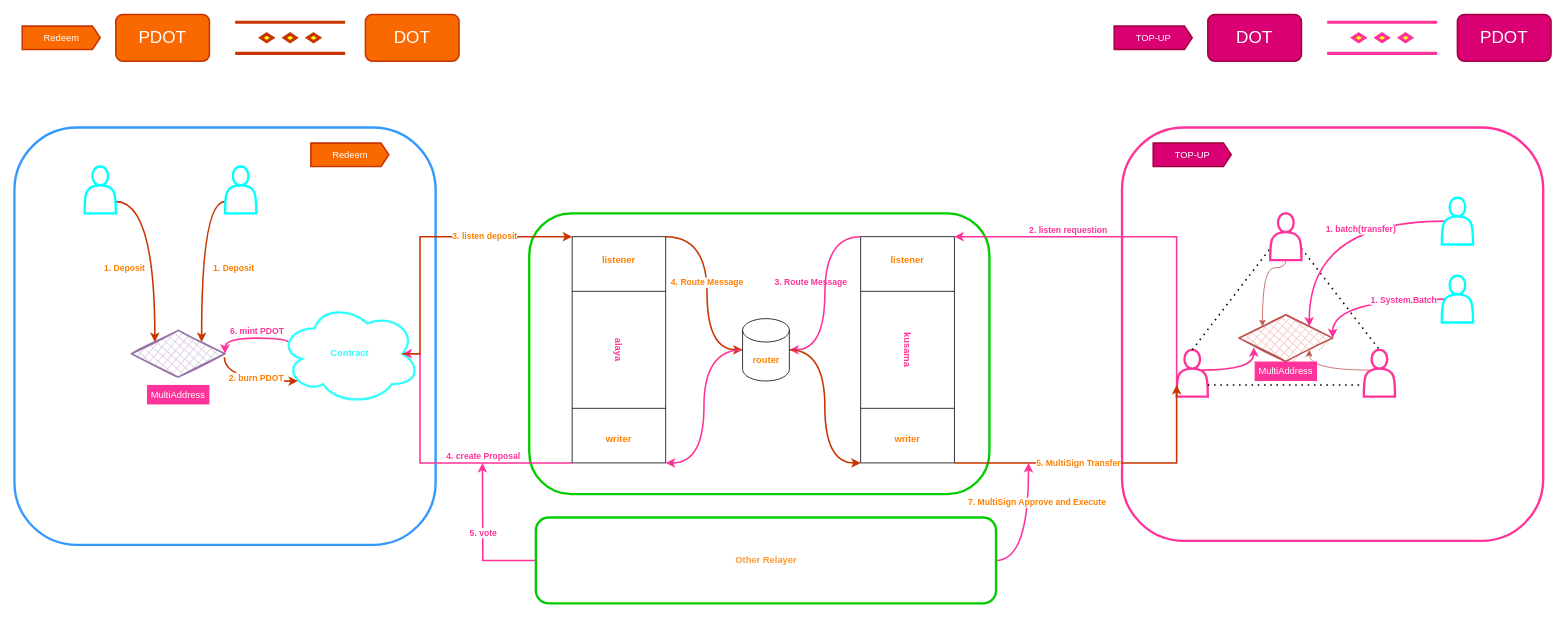
The draw.io diagram Platdot.drawio in RJman-self/Platdot, before the edit. Source tidied: cells renumbered, new cells numbered last; positions are measured from the earlier drawing's top-left corner, leaving out a move shared by most shapes. Both pictures are drawn from the tidied source at 78%, with x=0, y=0 at pixel (14, 14).
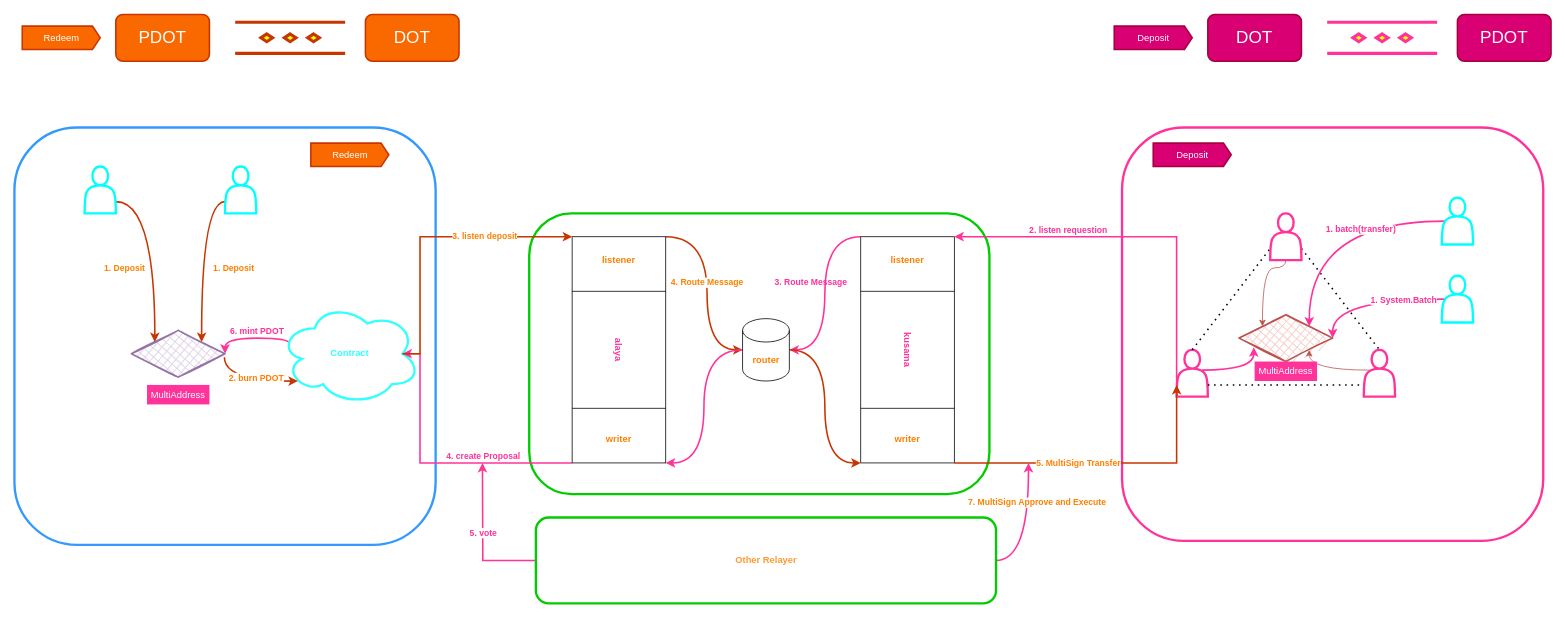
After the change.

Commit message (it also covers changes not shown here):
update top-up to deposit

Diff of the diagram source:
```diff
@@
-    <mxCell id="51" value="TOP-UP" style="html=1;shadow=0;dashed=0;align=center;verticalAlign=middle;shape=mxgraph.arrows2.arrow;dy=0;dx=10;notch=0;rounded=1;labelBackgroundColor=none;strokeWidth=2;fontColor=#ffffff;fillColor=#d80073;strokeColor=#A50040;" parent="1" vertex="1">
+    <mxCell id="51" value="Deposit" style="html=1;shadow=0;dashed=0;align=center;verticalAlign=middle;shape=mxgraph.arrows2.arrow;dy=0;dx=10;notch=0;rounded=1;labelBackgroundColor=none;strokeWidth=2;fontColor=#ffffff;fillColor=#d80073;strokeColor=#A50040;" parent="1" vertex="1">
       <mxGeometry x="1410" y="15" width="100" height="30" as="geometry" />
     </mxCell>
@@
-    <mxCell id="67" value="TOP-UP" style="html=1;shadow=0;dashed=0;align=center;verticalAlign=middle;shape=mxgraph.arrows2.arrow;dy=0;dx=10;notch=0;rounded=1;labelBackgroundColor=none;strokeWidth=2;fontColor=#ffffff;fillColor=#d80073;strokeColor=#A50040;" parent="1" vertex="1">
+    <mxCell id="67" value="Deposit" style="html=1;shadow=0;dashed=0;align=center;verticalAlign=middle;shape=mxgraph.arrows2.arrow;dy=0;dx=10;notch=0;rounded=1;labelBackgroundColor=none;strokeWidth=2;fontColor=#ffffff;fillColor=#d80073;strokeColor=#A50040;" parent="1" vertex="1">
       <mxGeometry x="1460" y="165" width="100" height="30" as="geometry" />
     </mxCell>
```
